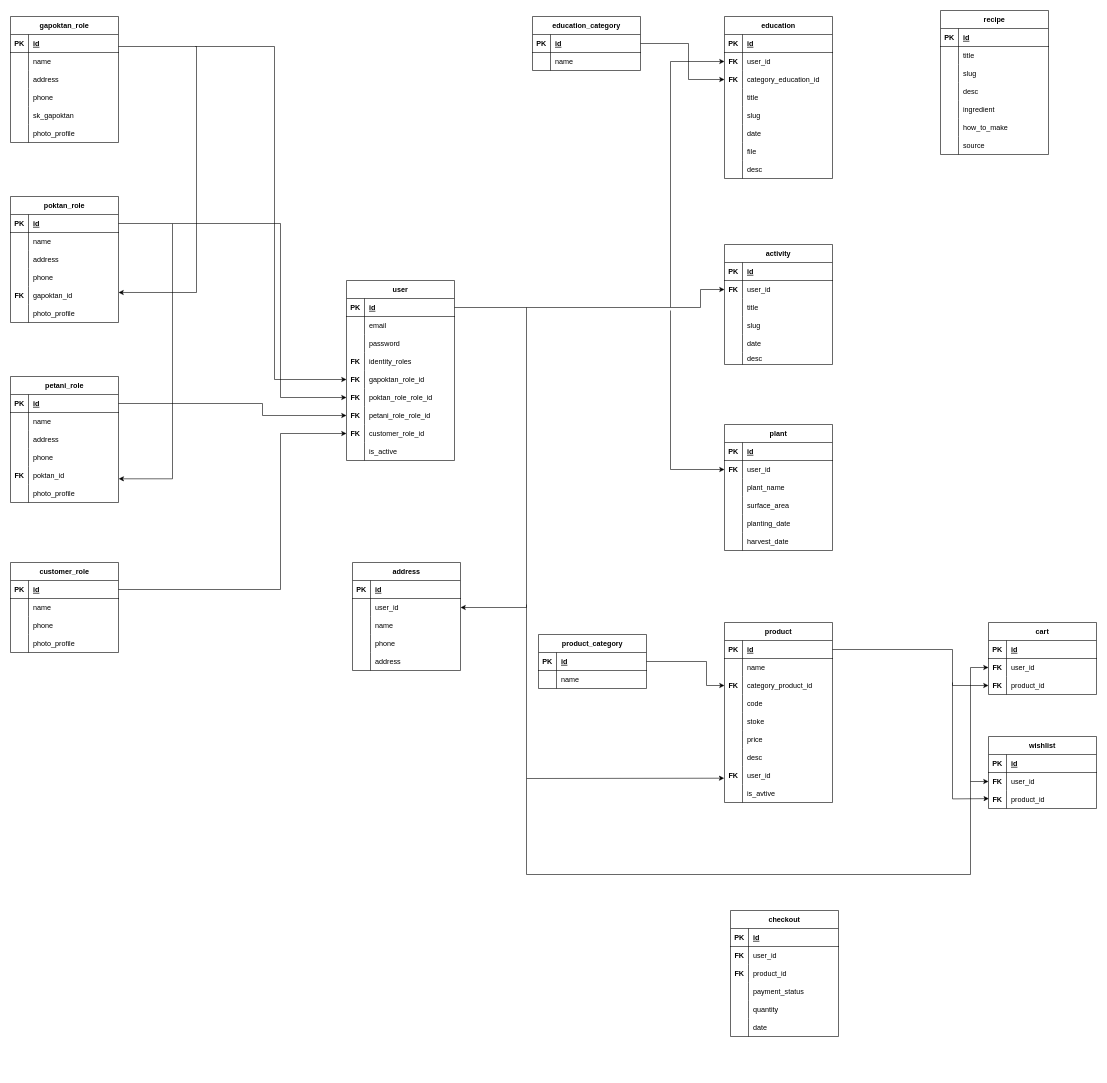
The draw.io diagram Design/UML/rancangan_database.drawio in Sulhin-uli/TA, before the edit. Source tidied: cells renumbered, new cells numbered last; positions are measured from the earlier drawing's top-left corner, leaving out a move shared by most shapes. Both pictures are drawn from the tidied source at 60%, with x=0, y=0 at pixel (10, 10).
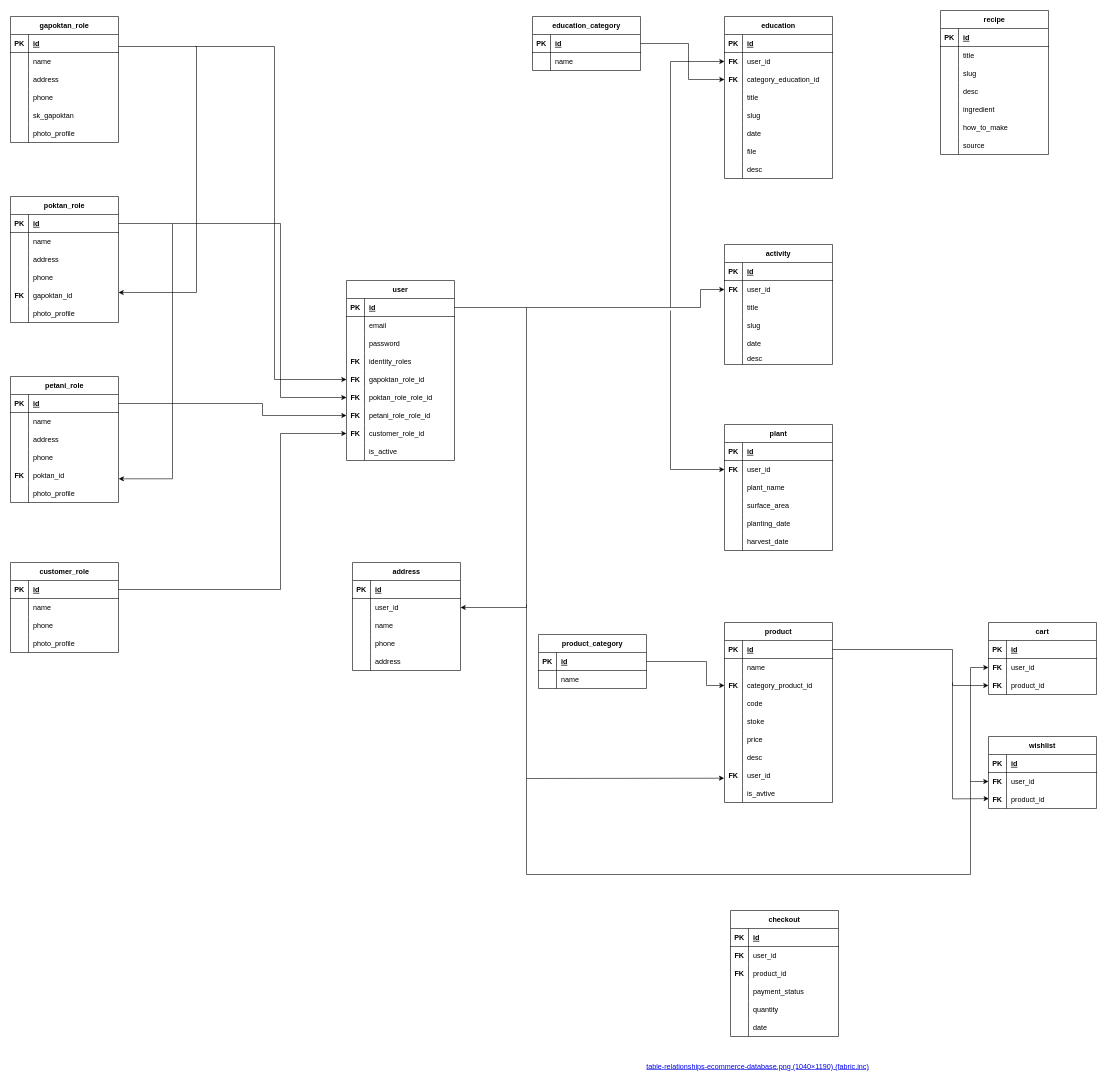
The same diagram, later.

What changed in the source:
```diff
@@
+    <mxCell id="299" value="&lt;a href=&quot;https://fabric.inc/wp-content/uploads/hubspot/table-relationships-ecommerce-database.png&quot;&gt;table-relationships-ecommerce-database.png (1040×1190) (fabric.inc)&lt;/a&gt;" style="text;html=1;align=center;verticalAlign=middle;strokeColor=none;fillColor=none;" parent="1" vertex="1">
+      <mxGeometry x="1050" y="1750" width="390" height="20" as="geometry" />
+    </mxCell>
```
